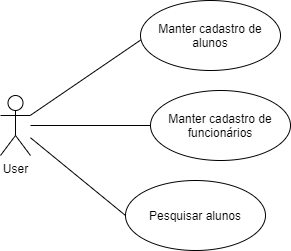
The draw.io diagram diagrams/use_case.png in Tobiasheitor/schoolproject, before a commit. Source tidied: cells renumbered, new cells last; positions are measured from the earlier drawing's top-left corner, leaving out a move shared by most shapes.
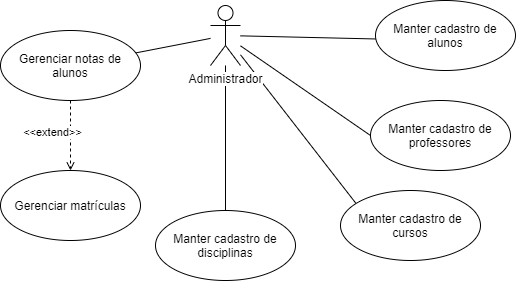
Above is the later version.

Commit message:
Update use case.

The edit, as a diff of the source:
```diff
@@ -2,10 +2,10 @@
   <root>
     <mxCell id="0" />
     <mxCell id="1" parent="0" />
-    <mxCell id="2" value="Manter cadastro de funcionários" style="ellipse;whiteSpace=wrap;html=1;" parent="1" vertex="1">
-      <mxGeometry x="150" y="90" width="140" height="70" as="geometry" />
+    <mxCell id="2" value="Manter cadastro de disciplinas" style="ellipse;whiteSpace=wrap;html=1;" parent="1" vertex="1">
+      <mxGeometry x="45" y="200" width="140" height="70" as="geometry" />
     </mxCell>
-    <mxCell id="3" style="jettySize=auto;html=1;entryX=0;entryY=0.5;entryDx=0;entryDy=0;endArrow=none;endFill=0;strokeColor=#000000;rounded=0;" parent="1" edge="1" source="6" target="2">
+    <mxCell id="3" style="jettySize=auto;html=1;entryX=0.5;entryY=0;entryDx=0;entryDy=0;endArrow=none;endFill=0;strokeColor=#000000;rounded=0;" parent="1" edge="1" source="6" target="2">
       <mxGeometry relative="1" as="geometry" />
     </mxCell>
     <mxCell id="4" style="edgeStyle=none;rounded=0;jettySize=auto;html=1;entryX=0;entryY=0.5;entryDx=0;entryDy=0;endArrow=none;endFill=0;strokeColor=#000000;" parent="1" edge="1" source="6" target="7">
@@ -14,14 +14,37 @@
     <mxCell id="5" style="rounded=0;jettySize=auto;html=1;entryX=0.012;entryY=0.55;entryDx=0;entryDy=0;entryPerimeter=0;strokeColor=#000000;endArrow=none;endFill=0;" parent="1" edge="1" source="6" target="8">
       <mxGeometry relative="1" as="geometry" />
     </mxCell>
+    <mxCell id="9" style="rounded=0;jettySize=auto;html=1;entryX=0.11;entryY=0.183;entryDx=0;entryDy=0;endArrow=none;endFill=0;entryPerimeter=0;" parent="1" edge="1" source="6" target="10">
+      <mxGeometry relative="1" as="geometry" />
+    </mxCell>
-    <mxCell id="6" value="User" style="shape=umlActor;verticalLabelPosition=bottom;labelBackgroundColor=#ffffff;verticalAlign=top;html=1;" parent="1" vertex="1">
-      <mxGeometry y="95" width="30" height="60" as="geometry" />
+    <mxCell id="6" value="Administrador" style="shape=umlActor;verticalLabelPosition=bottom;labelBackgroundColor=#ffffff;verticalAlign=top;html=1;" parent="1" vertex="1">
+      <mxGeometry x="100" y="-5" width="30" height="60" as="geometry" />
     </mxCell>
-    <mxCell id="7" value="Pesquisar alunos" style="ellipse;whiteSpace=wrap;html=1;" parent="1" vertex="1">
-      <mxGeometry x="125" y="180" width="140" height="70" as="geometry" />
+    <mxCell id="7" value="Manter cadastro de professores" style="ellipse;whiteSpace=wrap;html=1;" parent="1" vertex="1">
+      <mxGeometry x="260" y="90" width="140" height="70" as="geometry" />
     </mxCell>
     <mxCell id="8" value="Manter cadastro de alunos" style="ellipse;whiteSpace=wrap;html=1;" parent="1" vertex="1">
-      <mxGeometry x="140" width="140" height="70" as="geometry" />
+      <mxGeometry x="265" y="-10" width="140" height="70" as="geometry" />
     </mxCell>
+    <mxCell id="10" value="Manter cadastro de cursos" style="ellipse;whiteSpace=wrap;html=1;" parent="1" vertex="1">
+      <mxGeometry x="230" y="180" width="140" height="70" as="geometry" />
+    </mxCell>
+    <mxCell id="11" style="edgeStyle=none;rounded=0;jettySize=auto;html=1;entryX=0.5;entryY=0;entryDx=0;entryDy=0;endArrow=open;endFill=0;dashed=1;" parent="1" edge="1" source="14" target="15">
+      <mxGeometry relative="1" as="geometry" />
+    </mxCell>
+    <mxCell id="12" value="&amp;lt;&amp;lt;extend&amp;gt;&amp;gt;" style="edgeLabel;html=1;align=center;verticalAlign=middle;" parent="11" vertex="1">
+      <mxGeometry x="0.38" relative="1" as="geometry">
+        <mxPoint x="-18.8" y="-16.6" as="offset" />
+      </mxGeometry>
+    </mxCell>
+    <mxCell id="13" style="edgeStyle=none;rounded=0;jettySize=auto;html=1;endArrow=none;endFill=0;" parent="1" edge="1" source="14" target="6">
+      <mxGeometry relative="1" as="geometry" />
+    </mxCell>
+    <mxCell id="14" value="Gerenciar notas de alunos" style="ellipse;whiteSpace=wrap;html=1;" parent="1" vertex="1">
+      <mxGeometry x="-110" y="20" width="140" height="70" as="geometry" />
+    </mxCell>
+    <mxCell id="15" value="Gerenciar matrículas" style="ellipse;whiteSpace=wrap;html=1;" parent="1" vertex="1">
+      <mxGeometry x="-110" y="160" width="140" height="70" as="geometry" />
+    </mxCell>
   </root>
 </mxGraphModel>
```
